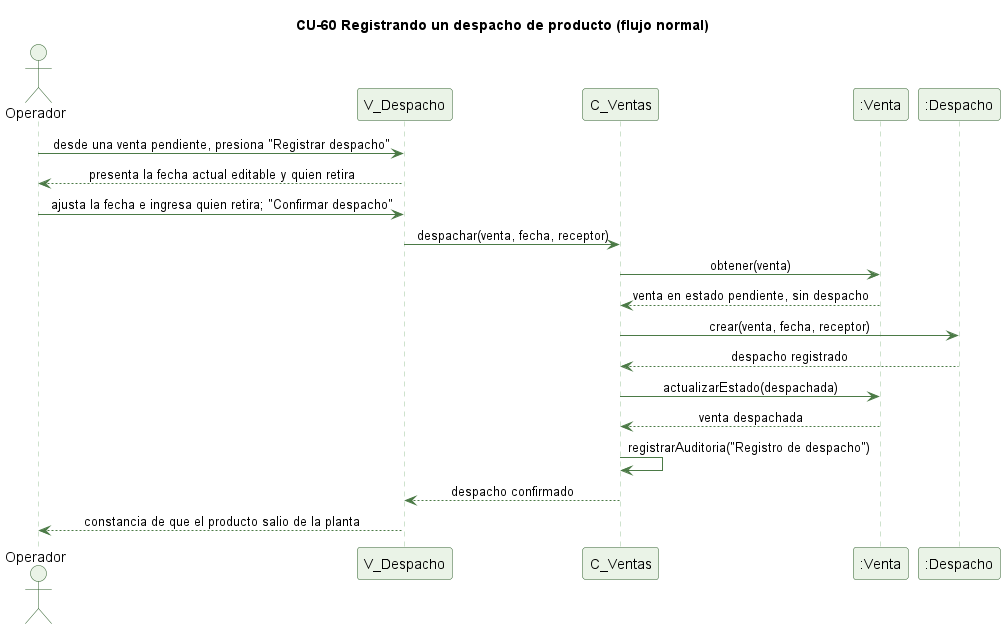
This is docs/trabajo-grupal/diagramas/secuencias/cu60-despacho-normal.png from kenjikaese/Triverde, a PlantUML export, as it was before one commit.
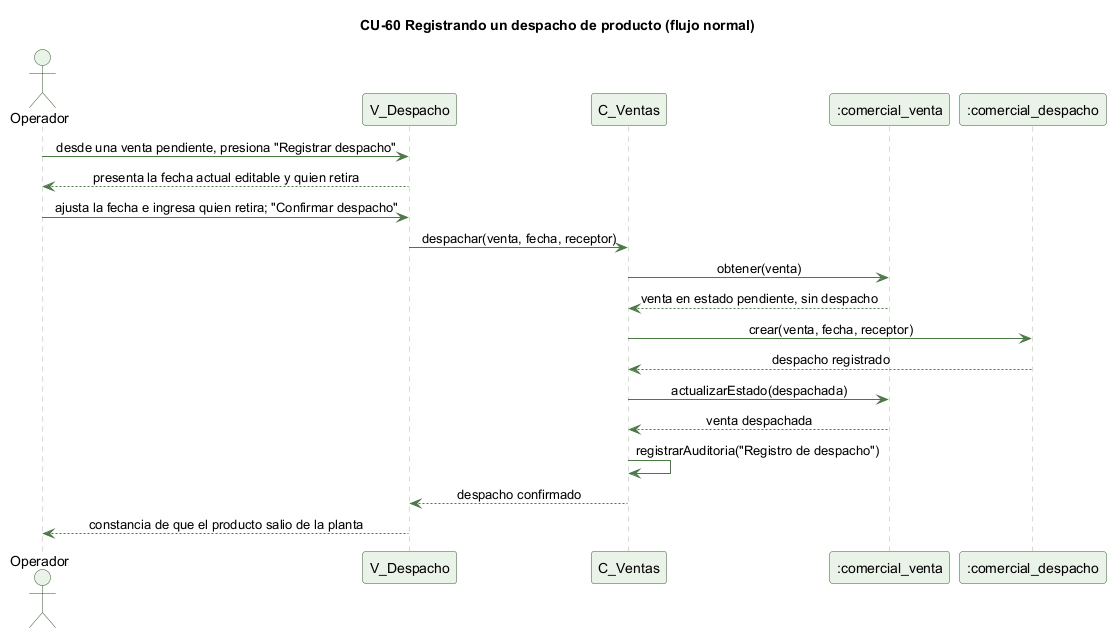
The same diagram one commit later.

Diff of the diagram source:
```diff
@@ -15,8 +15,8 @@
 actor Operador
 participant "V_Despacho" as V
 participant "C_Ventas" as C
-participant ":Venta" as VT
-participant ":Despacho" as D
+participant ":comercial_venta" as VT
+participant ":comercial_despacho" as D
 
 Operador -> V : desde una venta pendiente, presiona "Registrar despacho"
 V --> Operador : presenta la fecha actual editable y quien retira
```
